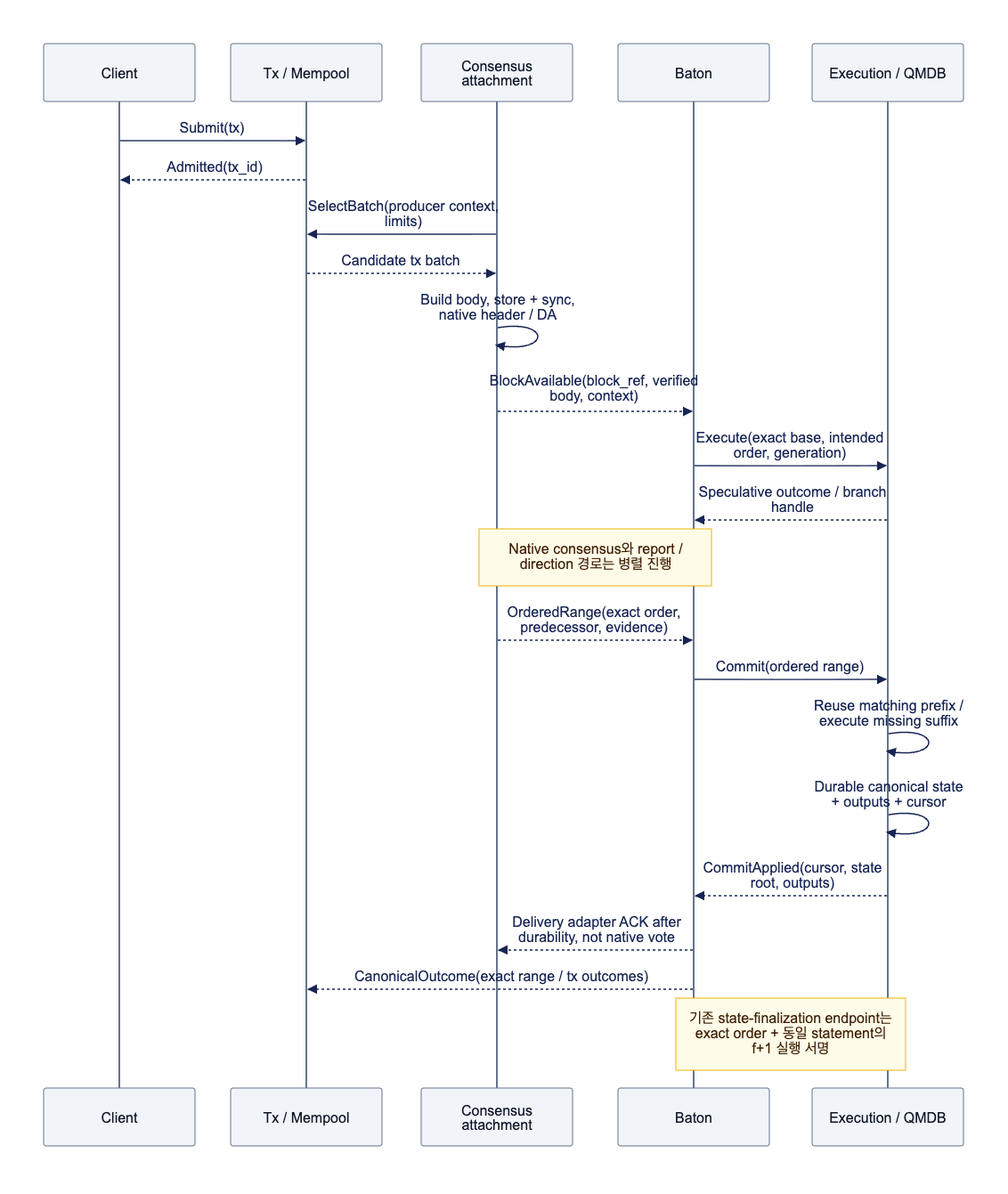
djm07073/baton-research keeps this Mermaid diagram as assets/diagrams/diagram-02.png. Above is the earlier version. Its source is kept beside it as assets/diagrams/diagram-02.mmd.
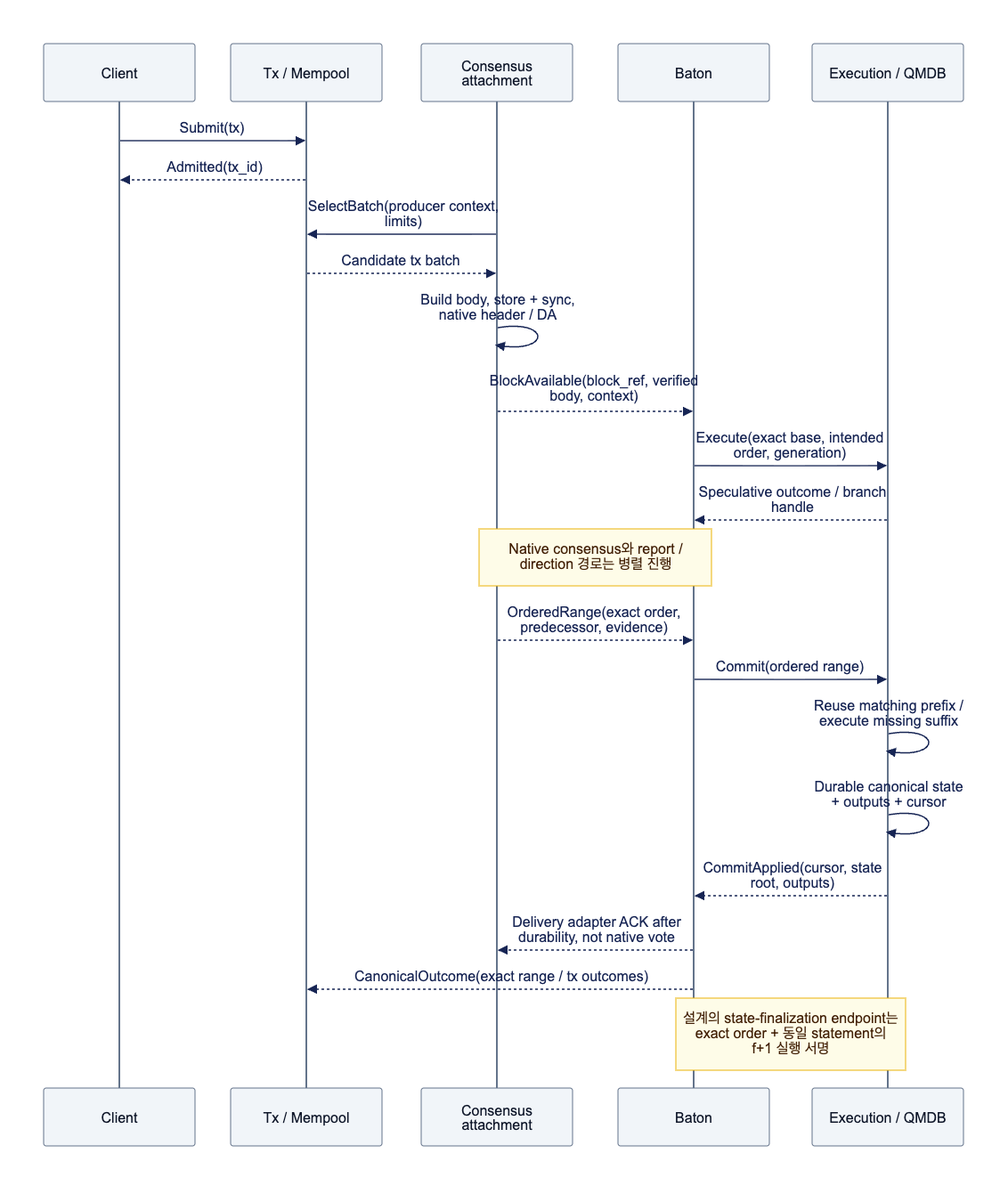
Later version of the same file.

What changed in the source:
```diff
@@ -20,4 +20,4 @@
     E-->>B: CommitApplied(cursor, state root, outputs)
     B-->>N: Delivery adapter ACK after durability, not native vote
     B-->>T: CanonicalOutcome(exact range / tx outcomes)
-    Note over B,E: 기존 state-finalization endpoint는 exact order + 동일 statement의 f+1 실행 서명
+    Note over B,E: 설계의 state-finalization endpoint는 exact order + 동일 statement의 f+1 실행 서명
```
